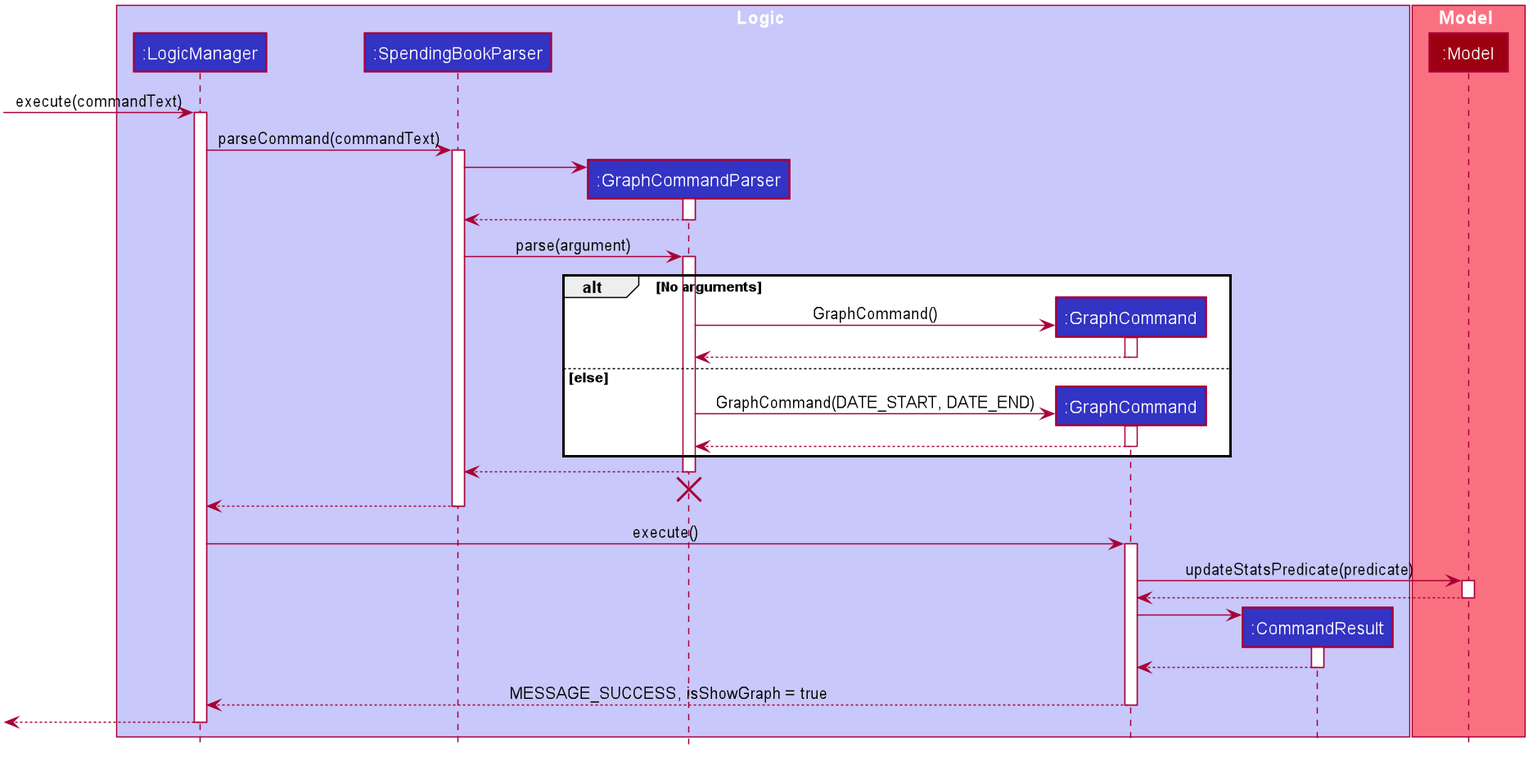
The PlantUML diagram docs/images/GraphSequenceDiagram.png in nus-cs2103-AY1920S1/addressbook-level3, before a commit.
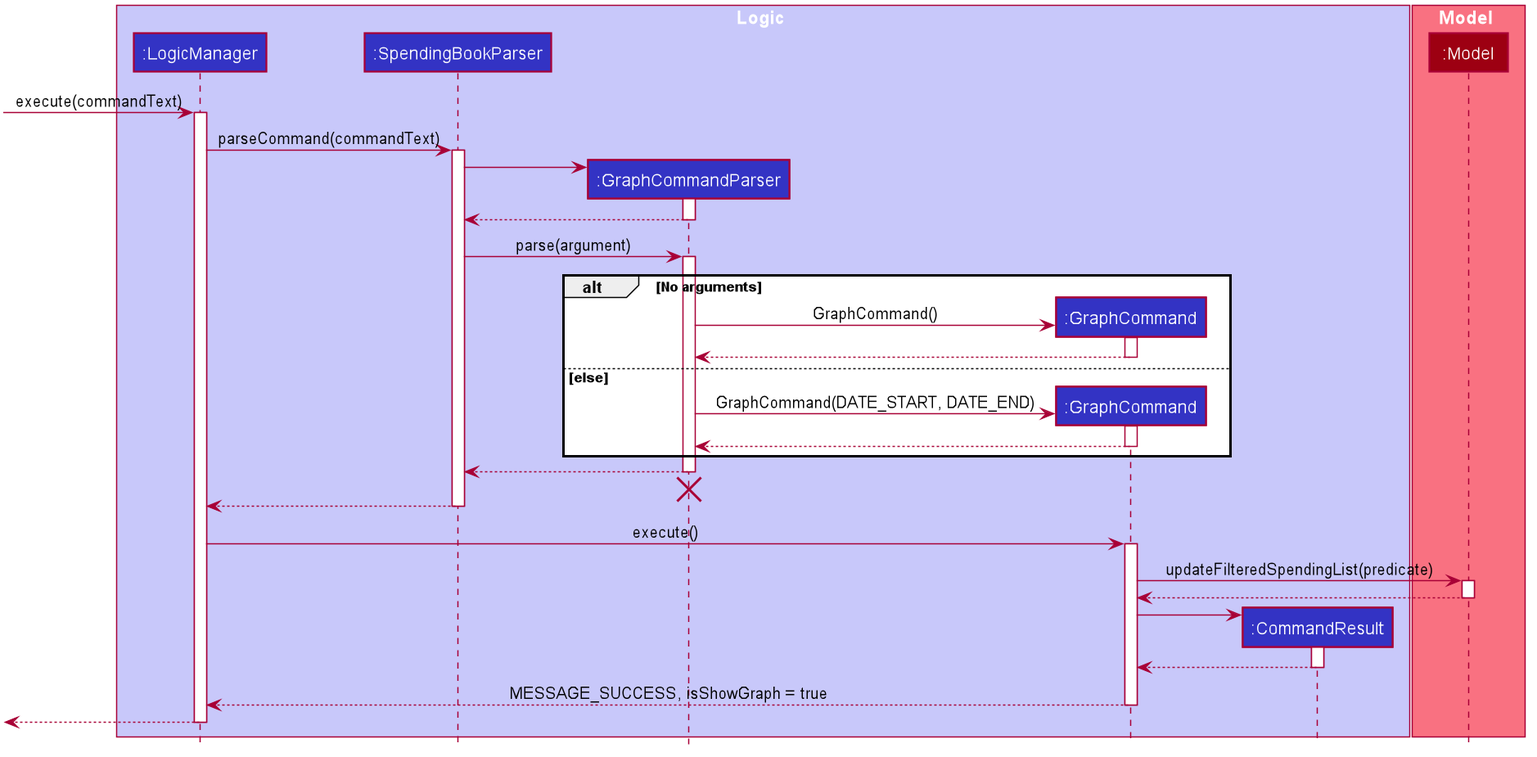
The same diagram one commit later.

Commit message:
Update DG diagrams based on prior update

Change to the diagram source:
```diff
@@ -101,7 +101,7 @@
 LogicManager -> GraphCommand : execute()
 activate GraphCommand
 
-GraphCommand -> Model : updateStatsPredicate(predicate)
+GraphCommand -> Model : updateFilteredSpendingList(predicate)
 activate Model
 
 Model --> GraphCommand
```
